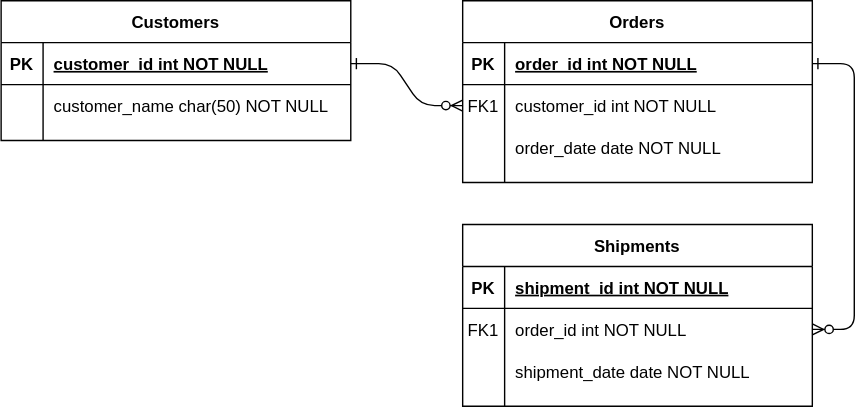
Before: Untitled Diagram.svg, a diagram exported from draw.io (funetes/beveloper-v2-backend). Source tidied: cells renumbered, new cells last; positions are measured from the earlier drawing's top-left corner, leaving out a move shared by most shapes.
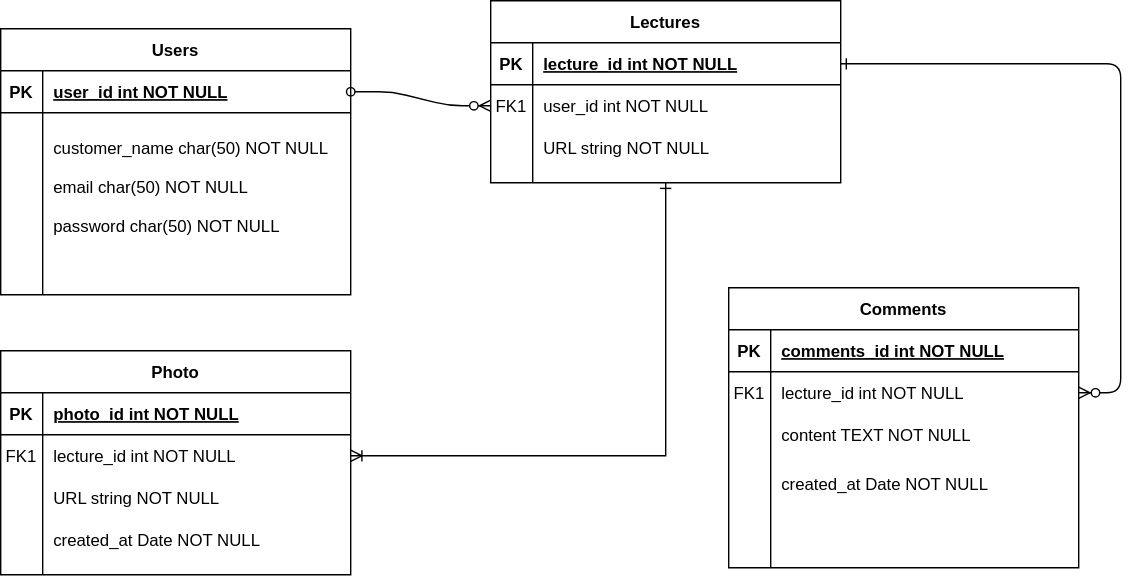
Later version of the same file.

The edit, as a diff of the source:
```diff
@@ -2,14 +2,21 @@
   <root>
     <mxCell id="0" />
     <mxCell id="1" parent="0" />
-    <mxCell id="2" style="edgeStyle=entityRelationEdgeStyle;endArrow=ERzeroToMany;startArrow=ERone;endFill=1;startFill=0;" parent="1" edge="1" source="25" target="8">
+    <mxCell id="2" style="edgeStyle=entityRelationEdgeStyle;endArrow=ERzeroToMany;startArrow=oval;endFill=1;startFill=0;entryX=0;entryY=0.5;entryDx=0;entryDy=0;" parent="1" edge="1" source="25" target="8">
       <mxGeometry relative="1" as="geometry" />
     </mxCell>
     <mxCell id="3" style="edgeStyle=entityRelationEdgeStyle;endArrow=ERzeroToMany;startArrow=ERone;endFill=1;startFill=0;" parent="1" edge="1" source="5" target="18">
       <mxGeometry relative="1" as="geometry" />
     </mxCell>
+    <mxCell id="31" style="edgeStyle=orthogonalEdgeStyle;rounded=0;jettySize=auto;html=1;entryX=1;entryY=0.5;entryDx=0;entryDy=0;startArrow=ERone;startFill=0;endArrow=ERoneToMany;endFill=0;" parent="1" edge="1" source="4" target="37">
+      <mxGeometry relative="1" as="geometry">
+        <Array as="points">
+          <mxPoint x="445" y="315" />
+        </Array>
+      </mxGeometry>
+    </mxCell>
-    <mxCell id="4" value="Orders" style="shape=table;startSize=30;rowLines=0;fontStyle=1;align=center;" parent="1" vertex="1">
-      <mxGeometry x="330" width="250" height="130" as="geometry" />
+    <mxCell id="4" value="Lectures" style="shape=table;startSize=30;rowLines=0;fontStyle=1;align=center;" parent="1" vertex="1">
+      <mxGeometry x="320" y="-10" width="250" height="130" as="geometry" />
     </mxCell>
     <mxCell id="5" style="shape=partialRectangle;fillColor=none;points=[[0,0.5],[1,0.5]];portConstraint=eastwest;top=0;left=0;right=0;bottom=1;" parent="4" vertex="1">
       <mxGeometry y="30" width="250" height="30" as="geometry" />
@@ -17,7 +24,7 @@
     <mxCell id="6" value="PK" style="shape=partialRectangle;overflow=hidden;fillColor=none;top=0;left=0;bottom=0;right=0;fontStyle=1;" parent="5" vertex="1">
       <mxGeometry width="30" height="30" as="geometry" />
     </mxCell>
-    <mxCell id="7" value="order_id int NOT NULL " style="shape=partialRectangle;overflow=hidden;fillColor=none;top=0;left=0;bottom=0;right=0;align=left;spacingLeft=6;fontStyle=5;" parent="5" vertex="1">
+    <mxCell id="7" value="lecture_id int NOT NULL " style="shape=partialRectangle;overflow=hidden;fillColor=none;top=0;left=0;bottom=0;right=0;align=left;spacingLeft=6;fontStyle=5;" parent="5" vertex="1">
       <mxGeometry x="30" width="220" height="30" as="geometry" />
     </mxCell>
     <mxCell id="8" style="shape=partialRectangle;fillColor=none;points=[[0,0.5],[1,0.5]];portConstraint=eastwest;top=0;left=0;right=0;bottom=0;" parent="4" vertex="1">
@@ -26,7 +33,7 @@
     <mxCell id="9" value="FK1" style="shape=partialRectangle;overflow=hidden;fillColor=none;top=0;left=0;bottom=0;right=0;" parent="8" vertex="1">
       <mxGeometry width="30" height="30" as="geometry" />
     </mxCell>
-    <mxCell id="10" value="customer_id int NOT NULL" style="shape=partialRectangle;overflow=hidden;fillColor=none;top=0;left=0;bottom=0;right=0;align=left;spacingLeft=6;" parent="8" vertex="1">
+    <mxCell id="10" value="user_id int NOT NULL" style="shape=partialRectangle;overflow=hidden;fillColor=none;top=0;left=0;bottom=0;right=0;align=left;spacingLeft=6;" parent="8" vertex="1">
       <mxGeometry x="30" width="220" height="30" as="geometry" />
     </mxCell>
     <mxCell id="11" style="shape=partialRectangle;fillColor=none;top=0;left=0;right=0;bottom=0;" parent="4" vertex="1">
@@ -35,11 +42,11 @@
     <mxCell id="12" style="shape=partialRectangle;overflow=hidden;fillColor=none;top=0;left=0;bottom=0;right=0;" parent="11" vertex="1">
       <mxGeometry width="30" height="30" as="geometry" />
     </mxCell>
-    <mxCell id="13" value="order_date date NOT NULL" style="shape=partialRectangle;overflow=hidden;fillColor=none;top=0;left=0;bottom=0;right=0;align=left;spacingLeft=6;" parent="11" vertex="1">
+    <mxCell id="13" value="URL string NOT NULL" style="shape=partialRectangle;overflow=hidden;fillColor=none;top=0;left=0;bottom=0;right=0;align=left;spacingLeft=6;" parent="11" vertex="1">
       <mxGeometry x="30" width="220" height="30" as="geometry" />
     </mxCell>
-    <mxCell id="14" value="Shipments" style="shape=table;startSize=30;rowLines=0;fontStyle=1;align=center;" parent="1" vertex="1">
-      <mxGeometry x="330" y="160" width="250" height="130" as="geometry" />
+    <mxCell id="14" value="Comments" style="shape=table;startSize=30;rowLines=0;fontStyle=1;align=center;" parent="1" vertex="1">
+      <mxGeometry x="490" y="195" width="250" height="200" as="geometry" />
     </mxCell>
     <mxCell id="15" style="shape=partialRectangle;fillColor=none;top=0;left=0;right=0;bottom=1;" parent="14" vertex="1">
       <mxGeometry y="30" width="250" height="30" as="geometry" />
@@ -47,7 +54,7 @@
     <mxCell id="16" value="PK" style="shape=partialRectangle;overflow=hidden;fillColor=none;top=0;left=0;bottom=0;right=0;fontStyle=1;" parent="15" vertex="1">
       <mxGeometry width="30" height="30" as="geometry" />
     </mxCell>
-    <mxCell id="17" value="shipment_id int NOT NULL " style="shape=partialRectangle;overflow=hidden;fillColor=none;top=0;left=0;bottom=0;right=0;align=left;spacingLeft=6;fontStyle=5;" parent="15" vertex="1">
+    <mxCell id="17" value="comments_id int NOT NULL " style="shape=partialRectangle;overflow=hidden;fillColor=none;top=0;left=0;bottom=0;right=0;align=left;spacingLeft=6;fontStyle=5;" parent="15" vertex="1">
       <mxGeometry x="30" width="220" height="30" as="geometry" />
     </mxCell>
     <mxCell id="18" style="shape=partialRectangle;fillColor=none;points=[[0,0.5],[1,0.5]];portConstraint=eastwest;top=0;left=0;right=0;bottom=0;" parent="14" vertex="1">
@@ -56,7 +63,7 @@
     <mxCell id="19" value="FK1" style="shape=partialRectangle;overflow=hidden;fillColor=none;top=0;left=0;bottom=0;right=0;" parent="18" vertex="1">
       <mxGeometry width="30" height="30" as="geometry" />
     </mxCell>
-    <mxCell id="20" value="order_id int NOT NULL" style="shape=partialRectangle;overflow=hidden;fillColor=none;top=0;left=0;bottom=0;right=0;align=left;spacingLeft=6;" parent="18" vertex="1">
+    <mxCell id="20" value="lecture_id int NOT NULL" style="shape=partialRectangle;overflow=hidden;fillColor=none;top=0;left=0;bottom=0;right=0;align=left;spacingLeft=6;" parent="18" vertex="1">
       <mxGeometry x="30" width="220" height="30" as="geometry" />
     </mxCell>
     <mxCell id="21" style="shape=partialRectangle;fillColor=none;top=0;left=0;right=0;bottom=0;" parent="14" vertex="1">
@@ -65,11 +72,11 @@
     <mxCell id="22" style="shape=partialRectangle;overflow=hidden;fillColor=none;top=0;left=0;bottom=0;right=0;" parent="21" vertex="1">
       <mxGeometry width="30" height="30" as="geometry" />
     </mxCell>
-    <mxCell id="23" value="shipment_date date NOT NULL" style="shape=partialRectangle;overflow=hidden;fillColor=none;top=0;left=0;bottom=0;right=0;align=left;spacingLeft=6;" parent="21" vertex="1">
+    <mxCell id="23" value="content TEXT NOT NULL" style="shape=partialRectangle;overflow=hidden;fillColor=none;top=0;left=0;bottom=0;right=0;align=left;spacingLeft=6;" parent="21" vertex="1">
       <mxGeometry x="30" width="220" height="30" as="geometry" />
     </mxCell>
-    <mxCell id="24" value="Customers" style="shape=table;startSize=30;rowLines=0;fontStyle=1;align=center;" parent="1" vertex="1">
-      <mxGeometry width="250" height="100" as="geometry" />
+    <mxCell id="24" value="Users" style="shape=table;startSize=30;rowLines=0;fontStyle=1;align=center;" parent="1" vertex="1">
+      <mxGeometry x="-30" y="10" width="250" height="190" as="geometry" />
     </mxCell>
     <mxCell id="25" style="shape=partialRectangle;fillColor=none;points=[[0,0.5],[1,0.5]];portConstraint=eastwest;top=0;left=0;right=0;bottom=1;" parent="24" vertex="1">
       <mxGeometry y="30" width="250" height="30" as="geometry" />
@@ -77,17 +84,59 @@
     <mxCell id="26" value="PK" style="shape=partialRectangle;overflow=hidden;fillColor=none;top=0;left=0;bottom=0;right=0;fontStyle=1;" parent="25" vertex="1">
       <mxGeometry width="30" height="30" as="geometry" />
     </mxCell>
-    <mxCell id="27" value="customer_id int NOT NULL " style="shape=partialRectangle;overflow=hidden;fillColor=none;top=0;left=0;bottom=0;right=0;align=left;spacingLeft=6;fontStyle=5;" parent="25" vertex="1">
+    <mxCell id="27" value="user_id int NOT NULL " style="shape=partialRectangle;overflow=hidden;fillColor=none;top=0;left=0;bottom=0;right=0;align=left;spacingLeft=6;fontStyle=5;" parent="25" vertex="1">
       <mxGeometry x="30" width="220" height="30" as="geometry" />
     </mxCell>
     <mxCell id="28" style="shape=partialRectangle;fillColor=none;top=0;left=0;right=0;bottom=0;" parent="24" vertex="1">
-      <mxGeometry y="60" width="250" height="30" as="geometry" />
+      <mxGeometry y="60" width="250" height="120" as="geometry" />
     </mxCell>
     <mxCell id="29" style="shape=partialRectangle;overflow=hidden;fillColor=none;top=0;left=0;bottom=0;right=0;" parent="28" vertex="1">
-      <mxGeometry width="30" height="30" as="geometry" />
+      <mxGeometry width="30" height="120" as="geometry" />
     </mxCell>
-    <mxCell id="30" value="customer_name char(50) NOT NULL" style="shape=partialRectangle;overflow=hidden;fillColor=none;top=0;left=0;bottom=0;right=0;align=left;spacingLeft=6;" parent="28" vertex="1">
-      <mxGeometry x="30" width="220" height="30" as="geometry" />
+    <mxCell id="30" value="customer_name char(50) NOT NULL&#10;&#10;email char(50) NOT NULL&#10;&#10;password char(50) NOT NULL&#10;" style="shape=partialRectangle;overflow=hidden;fillColor=none;top=0;left=0;bottom=0;right=0;align=left;spacingLeft=6;" parent="28" vertex="1">
+      <mxGeometry x="30" width="220" height="120" as="geometry" />
     </mxCell>
+    <mxCell id="32" value="created_at Date NOT NULL" style="shape=partialRectangle;overflow=hidden;fillColor=none;top=0;left=0;bottom=0;right=0;align=left;spacingLeft=6;" parent="1" vertex="1">
+      <mxGeometry x="520" y="320" width="220" height="30" as="geometry" />
+    </mxCell>
+    <mxCell id="33" value="Photo" style="shape=table;startSize=30;rowLines=0;fontStyle=1;align=center;" parent="1" vertex="1">
+      <mxGeometry x="-30" y="240" width="250" height="160" as="geometry" />
+    </mxCell>
+    <mxCell id="34" style="shape=partialRectangle;fillColor=none;top=0;left=0;bottom=1;right=0;" parent="33" vertex="1">
+      <mxGeometry y="30" width="250" height="30" as="geometry" />
+    </mxCell>
+    <mxCell id="35" value="PK" style="shape=partialRectangle;fillColor=none;top=0;left=0;bottom=0;right=0;fontStyle=1;overflow=hidden;" parent="34" vertex="1">
+      <mxGeometry width="30" height="30" as="geometry" />
+    </mxCell>
+    <mxCell id="36" value="photo_id int NOT NULL" style="shape=partialRectangle;fillColor=none;top=0;left=0;bottom=0;right=0;align=left;spacingLeft=6;fontStyle=5;overflow=hidden;" parent="34" vertex="1">
+      <mxGeometry x="30" width="220" height="30" as="geometry" />
+    </mxCell>
+    <mxCell id="37" style="shape=partialRectangle;fillColor=none;top=0;left=0;bottom=0;right=0;points=[[0,0.5],[1,0.5]];portConstraint=eastwest;" parent="33" vertex="1">
+      <mxGeometry y="60" width="250" height="30" as="geometry" />
+    </mxCell>
+    <mxCell id="38" value="FK1" style="shape=partialRectangle;fillColor=none;top=0;left=0;bottom=0;right=0;overflow=hidden;" parent="37" vertex="1">
+      <mxGeometry width="30" height="30" as="geometry" />
+    </mxCell>
+    <mxCell id="39" value="lecture_id int NOT NULL" style="shape=partialRectangle;fillColor=none;top=0;left=0;bottom=0;right=0;align=left;spacingLeft=6;overflow=hidden;" parent="37" vertex="1">
+      <mxGeometry x="30" width="220" height="30" as="geometry" />
+    </mxCell>
+    <mxCell id="40" style="shape=partialRectangle;fillColor=none;top=0;left=0;bottom=0;right=0;" parent="33" vertex="1">
+      <mxGeometry y="90" width="250" height="30" as="geometry" />
+    </mxCell>
+    <mxCell id="41" style="shape=partialRectangle;fillColor=none;top=0;left=0;bottom=0;right=0;overflow=hidden;" parent="40" vertex="1">
+      <mxGeometry width="30" height="30" as="geometry" />
+    </mxCell>
+    <mxCell id="42" value="URL string NOT NULL" style="shape=partialRectangle;fillColor=none;top=0;left=0;bottom=0;right=0;align=left;spacingLeft=6;overflow=hidden;" parent="40" vertex="1">
+      <mxGeometry x="30" width="220" height="30" as="geometry" />
+    </mxCell>
+    <mxCell id="43" style="shape=partialRectangle;fillColor=none;top=0;left=0;bottom=0;right=0;" parent="33" vertex="1">
+      <mxGeometry y="120" width="250" height="30" as="geometry" />
+    </mxCell>
+    <mxCell id="44" style="shape=partialRectangle;fillColor=none;top=0;left=0;bottom=0;right=0;overflow=hidden;" parent="43" vertex="1">
+      <mxGeometry width="30" height="30" as="geometry" />
+    </mxCell>
+    <mxCell id="45" value="created_at Date NOT NULL" style="shape=partialRectangle;fillColor=none;top=0;left=0;bottom=0;right=0;align=left;spacingLeft=6;overflow=hidden;" parent="43" vertex="1">
+      <mxGeometry x="30" width="220" height="30" as="geometry" />
+    </mxCell>
   </root>
 </mxGraphModel>
```
